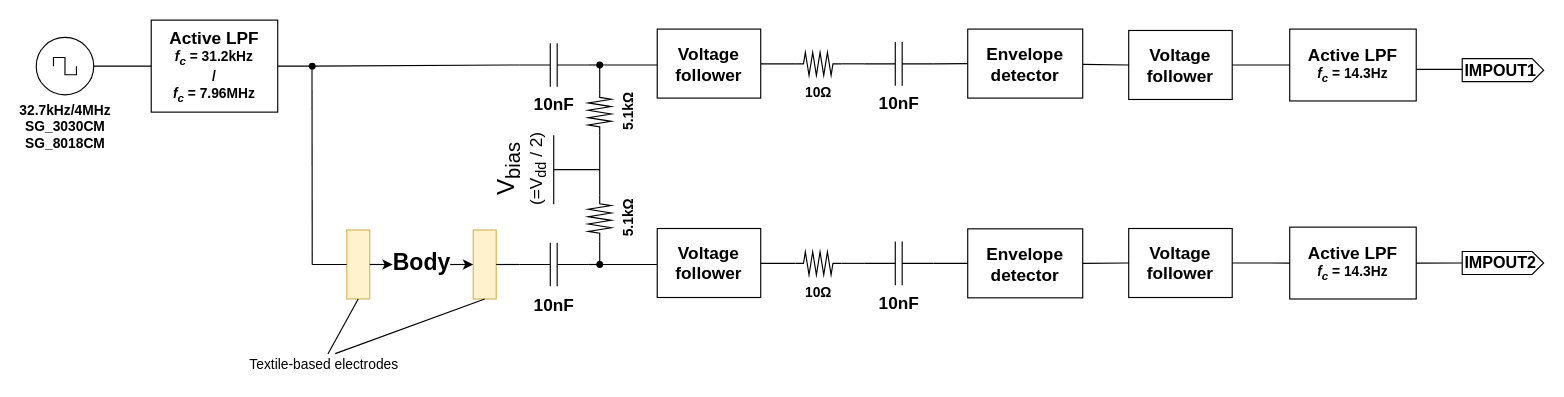
This is forIEEE Sensors.drawio from 10matcho27/drawio_figure, a draw.io file, before an edit. Source tidied: cells renumbered, new cells numbered last; positions are measured from the earlier drawing's top-left corner, leaving out a move shared by most shapes. Both pictures are drawn from the tidied source at 115%, with x=0, y=0 at pixel (36, 20).
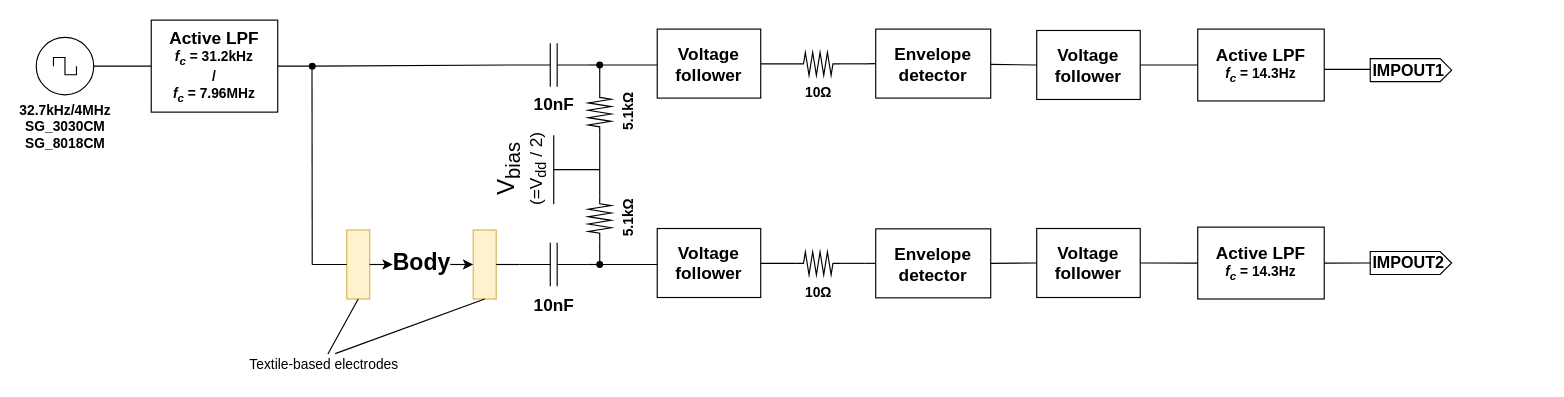
The same page after the edit.

The change refers to these unchanged cells:
```xml
<mxCell id="32" value="&lt;div&gt;&lt;b&gt;10Ω&lt;/b&gt;&lt;/div&gt;" style="verticalLabelPosition=bottom;shadow=0;dashed=0;align=center;html=1;verticalAlign=top;shape=mxgraph.electrical.resistors.resistor_2;rotation=0;labelPosition=center;direction=west;spacing=3;spacingTop=0;spacingLeft=0;" parent="1" vertex="1">
  <mxGeometry x="660" y="28" width="40" height="20" as="geometry" />
</mxCell>
<mxCell id="37" value="&lt;div&gt;&lt;b&gt;10Ω&lt;/b&gt;&lt;/div&gt;" style="verticalLabelPosition=bottom;shadow=0;dashed=0;align=center;html=1;verticalAlign=top;shape=mxgraph.electrical.resistors.resistor_2;rotation=0;labelPosition=center;direction=west;spacing=3;spacingTop=0;spacingLeft=0;" parent="1" vertex="1">
  <mxGeometry x="660" y="201.5" width="40" height="20" as="geometry" />
</mxCell>
```

What changed in the source:
```diff
@@
     <mxCell id="30" value="&lt;h1 id=&quot;firstHeading&quot; class=&quot;firstHeading mw-first-heading&quot; style=&quot;font-size: 15px&quot;&gt;&lt;font style=&quot;font-size: 15px&quot;&gt;Envelope detector&lt;/font&gt;&lt;/h1&gt;" style="whiteSpace=wrap;html=1;fontSize=20;" parent="1" vertex="1">
-      <mxGeometry x="810" y="7.8" width="100" height="60" as="geometry" />
+      <mxGeometry x="730" y="7.8" width="100" height="60" as="geometry" />
     </mxCell>
     <mxCell id="31" value="&lt;h1 id=&quot;firstHeading&quot; class=&quot;firstHeading mw-first-heading&quot; style=&quot;font-size: 15px&quot;&gt;&lt;font style=&quot;font-size: 15px&quot;&gt;Envelope detector&lt;/font&gt;&lt;/h1&gt;" style="whiteSpace=wrap;html=1;fontSize=20;" parent="1" vertex="1">
-      <mxGeometry x="810" y="181.5" width="100" height="60" as="geometry" />
+      <mxGeometry x="730" y="181.5" width="100" height="60" as="geometry" />
     </mxCell>
@@
-    <mxCell id="33" value="&lt;b&gt;10nF&lt;/b&gt;" style="verticalLabelPosition=bottom;shadow=0;dashed=0;align=center;html=1;verticalAlign=top;shape=mxgraph.electrical.capacitors.capacitor_1;fontSize=15;" parent="1" vertex="1">
-      <mxGeometry x="720" y="19" width="60" height="38" as="geometry" />
-    </mxCell>
@@
-    <mxCell id="35" style="endArrow=none;html=1;rounded=0;fontSize=15;exitDx=0;exitDy=0;startArrow=none;exitX=0;exitY=0.5;entryX=0;entryY=0.5;entryDx=0;entryDy=0;entryPerimeter=0;exitPerimeter=0;" parent="1" edge="1" source="32" target="33">
-      <mxGeometry relative="1" as="geometry" />
+    <mxCell id="35" style="endArrow=none;html=1;rounded=0;fontSize=15;exitDx=0;exitDy=0;startArrow=none;exitX=0;exitY=0.5;entryX=0;entryY=0.5;entryDx=0;entryDy=0;entryPerimeter=0;exitPerimeter=0;" parent="1" edge="1" source="32">
+      <mxGeometry relative="1" as="geometry">
+        <mxPoint x="720" y="38" as="targetPoint" />
+      </mxGeometry>
     </mxCell>
-    <mxCell id="36" style="endArrow=none;html=1;rounded=0;fontSize=15;exitDx=0;exitDy=0;startArrow=none;exitX=1;exitY=0.5;entryX=0;entryY=0.5;entryDx=0;entryDy=0;exitPerimeter=0;" parent="1" edge="1" source="33" target="30">
-      <mxGeometry relative="1" as="geometry" />
+    <mxCell id="36" style="endArrow=none;html=1;rounded=0;fontSize=15;exitDx=0;exitDy=0;startArrow=none;exitX=1;exitY=0.5;entryX=0;entryY=0.5;entryDx=0;entryDy=0;exitPerimeter=0;" parent="1" edge="1" target="30">
+      <mxGeometry relative="1" as="geometry">
+        <mxPoint x="720" y="38" as="sourcePoint" />
+      </mxGeometry>
     </mxCell>
@@
-    <mxCell id="38" value="&lt;b&gt;10nF&lt;/b&gt;" style="verticalLabelPosition=bottom;shadow=0;dashed=0;align=center;html=1;verticalAlign=top;shape=mxgraph.electrical.capacitors.capacitor_1;fontSize=15;" parent="1" vertex="1">
-      <mxGeometry x="720" y="192.5" width="60" height="38" as="geometry" />
-    </mxCell>
@@
-    <mxCell id="40" style="endArrow=none;html=1;rounded=0;fontSize=15;exitDx=0;exitDy=0;startArrow=none;exitX=0;exitY=0.5;entryX=0;entryY=0.5;entryDx=0;entryDy=0;entryPerimeter=0;exitPerimeter=0;" parent="1" edge="1" source="37" target="38">
-      <mxGeometry relative="1" as="geometry" />
+    <mxCell id="40" style="endArrow=none;html=1;rounded=0;fontSize=15;exitDx=0;exitDy=0;startArrow=none;exitX=0;exitY=0.5;entryX=0;entryY=0.5;entryDx=0;entryDy=0;entryPerimeter=0;exitPerimeter=0;" parent="1" edge="1" source="37">
+      <mxGeometry relative="1" as="geometry">
+        <mxPoint x="720" y="211.5" as="targetPoint" />
+      </mxGeometry>
     </mxCell>
     <mxCell id="41" value="&lt;div&gt;&lt;b&gt;Voltage &lt;br&gt;&lt;/b&gt;&lt;/div&gt;&lt;div&gt;&lt;b&gt;follower&lt;/b&gt;&lt;/div&gt;" style="whiteSpace=wrap;html=1;fontSize=15;" parent="1" vertex="1">
-      <mxGeometry x="950" y="9" width="90" height="60" as="geometry" />
+      <mxGeometry x="870" y="9" width="90" height="60" as="geometry" />
     </mxCell>
     <mxCell id="42" value="&lt;div&gt;&lt;b&gt;Voltage &lt;br&gt;&lt;/b&gt;&lt;/div&gt;&lt;div&gt;&lt;b&gt;follower&lt;/b&gt;&lt;/div&gt;" style="whiteSpace=wrap;html=1;fontSize=15;" parent="1" vertex="1">
-      <mxGeometry x="950" y="181.2" width="90" height="60" as="geometry" />
+      <mxGeometry x="870" y="181.2" width="90" height="60" as="geometry" />
     </mxCell>
     <mxCell id="43" value="&lt;div&gt;&lt;font size=&quot;1&quot;&gt;&lt;b style=&quot;font-size: 15px&quot;&gt;Active LPF&lt;/b&gt;&lt;/font&gt;&lt;/div&gt;&lt;div&gt;&lt;b&gt;&lt;i&gt;f&lt;sub&gt;c&lt;/sub&gt;&lt;/i&gt; = 14.3Hz&lt;br&gt;&lt;/b&gt;&lt;/div&gt;" style="whiteSpace=wrap;html=1;" parent="1" vertex="1">
-      <mxGeometry x="1090" y="7.8" width="110" height="62.5" as="geometry" />
+      <mxGeometry x="1010" y="7.8" width="110" height="62.5" as="geometry" />
     </mxCell>
     <mxCell id="44" value="&lt;div&gt;&lt;font size=&quot;1&quot;&gt;&lt;b style=&quot;font-size: 15px&quot;&gt;Active LPF&lt;/b&gt;&lt;/font&gt;&lt;/div&gt;&lt;div&gt;&lt;b&gt;&lt;i&gt;f&lt;sub&gt;c&lt;/sub&gt;&lt;/i&gt; = 14.3Hz&lt;br&gt;&lt;/b&gt;&lt;/div&gt;" style="whiteSpace=wrap;html=1;" parent="1" vertex="1">
-      <mxGeometry x="1090" y="180" width="110" height="62.5" as="geometry" />
+      <mxGeometry x="1010" y="180" width="110" height="62.5" as="geometry" />
     </mxCell>
     <mxCell id="45" value="&lt;font style=&quot;font-size: 14px&quot;&gt;&lt;b&gt;IMPOUT1&lt;/b&gt;&lt;/font&gt;" style="shape=mxgraph.arrows2.arrow;verticalLabelPosition=middle;shadow=0;dashed=0;align=center;html=1;verticalAlign=middle;strokeWidth=1;dy=0;dx=10;notch=0;fontSize=7;labelPosition=center;spacingLeft=-5;" parent="1" vertex="1">
-      <mxGeometry x="1240" y="33.5" width="70.8" height="20" as="geometry" />
+      <mxGeometry x="1160" y="33.5" width="70.8" height="20" as="geometry" />
     </mxCell>
     <mxCell id="46" value="&lt;font style=&quot;font-size: 14px&quot;&gt;&lt;b&gt;IMPOUT2&lt;/b&gt;&lt;/font&gt;" style="shape=mxgraph.arrows2.arrow;verticalLabelPosition=middle;shadow=0;dashed=0;align=center;html=1;verticalAlign=middle;strokeWidth=1;dy=0;dx=10;notch=0;fontSize=7;labelPosition=center;spacingLeft=-5;" parent="1" vertex="1">
-      <mxGeometry x="1240" y="201.2" width="70.8" height="20" as="geometry" />
+      <mxGeometry x="1160" y="201.2" width="70.8" height="20" as="geometry" />
     </mxCell>
@@
     <mxCell id="48" style="endArrow=none;html=1;rounded=0;fontSize=20;entryX=0;entryY=0.5;entryDx=0;entryDy=0;entryPerimeter=0;exitX=1;exitY=0.5;exitDx=0;exitDy=0;" parent="1" edge="1">
       <mxGeometry relative="1" as="geometry">
-        <mxPoint x="1200" y="42.8" as="sourcePoint" />
-        <mxPoint x="1240" y="42.8" as="targetPoint" />
+        <mxPoint x="1120" y="42.8" as="sourcePoint" />
+        <mxPoint x="1160" y="42.8" as="targetPoint" />
       </mxGeometry>
     </mxCell>
@@
-    <mxCell id="53" style="endArrow=none;html=1;rounded=0;fontSize=15;exitDx=0;exitDy=0;startArrow=none;exitX=1;exitY=0.5;entryX=0;entryY=0.5;entryDx=0;entryDy=0;exitPerimeter=0;" parent="1" edge="1" source="38" target="31">
-      <mxGeometry relative="1" as="geometry" />
+    <mxCell id="53" style="endArrow=none;html=1;rounded=0;fontSize=15;exitDx=0;exitDy=0;startArrow=none;exitX=1;exitY=0.5;entryX=0;entryY=0.5;entryDx=0;entryDy=0;exitPerimeter=0;" parent="1" edge="1" target="31">
+      <mxGeometry relative="1" as="geometry">
+        <mxPoint x="720" y="211.5" as="sourcePoint" />
+      </mxGeometry>
     </mxCell>
```
